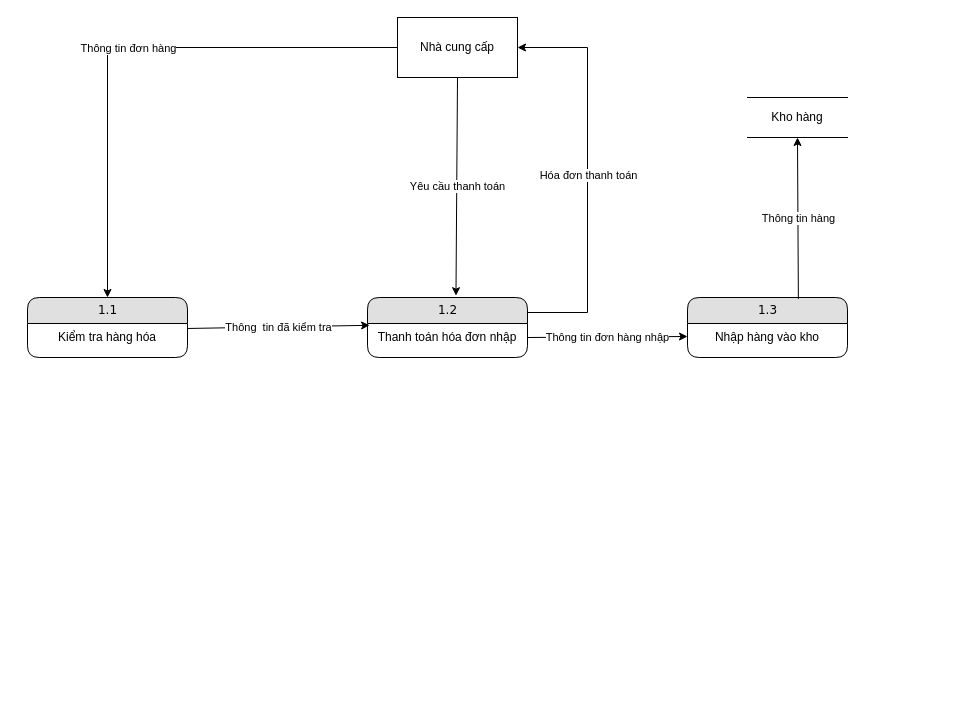
Before: Untitled Diagram.drawio in tinhxlee/Draw_Of_DAS, a draw.io diagram. Source tidied: cells renumbered, new cells numbered last; positions are measured from the earlier drawing's top-left corner, leaving out a move shared by most shapes. Both pictures are drawn from the tidied source at 100%, with x=0, y=0 at pixel (27, 17).
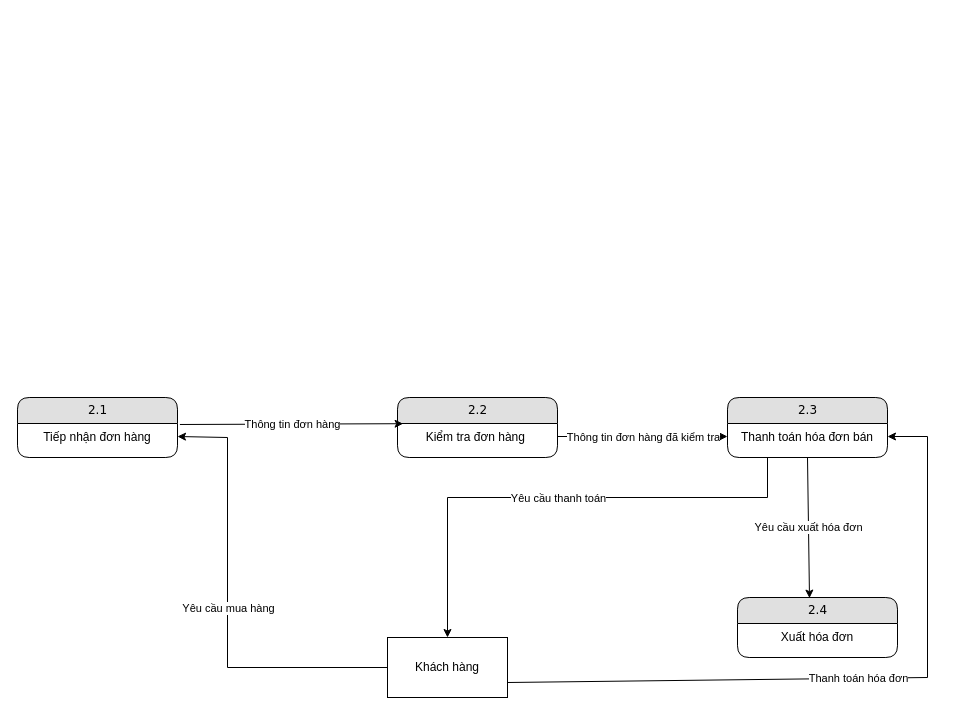
The same diagram, later.

Commit message:
Muc2BanHang

What changed in the source:
```diff
@@
-    <mxCell id="2" value="1.1" style="swimlane;html=1;fontStyle=0;horizontal=1;startSize=26;fillColor=#e0e0e0;swimlaneFillColor=#ffffff;align=center;rounded=1;shadow=0;comic=0;labelBackgroundColor=none;strokeWidth=1;fontFamily=Verdana;fontSize=12;" parent="1" vertex="1">
-      <mxGeometry y="280" width="160" height="60" as="geometry" />
-    </mxCell>
-    <mxCell id="3" value="Kiểm tra hàng hóa" style="text;html=1;strokeColor=none;fillColor=none;spacingLeft=4;spacingRight=4;whiteSpace=wrap;overflow=hidden;points=[[0,0.5],[1,0.5]];portConstraint=eastwest;align=center;" parent="2" vertex="1">
-      <mxGeometry y="26" width="160" height="26" as="geometry" />
-    </mxCell>
-    <mxCell id="4" value="1.2" style="swimlane;html=1;fontStyle=0;horizontal=1;startSize=26;fillColor=#e0e0e0;swimlaneFillColor=#ffffff;align=center;rounded=1;shadow=0;comic=0;labelBackgroundColor=none;strokeWidth=1;fontFamily=Verdana;fontSize=12;" parent="1" vertex="1">
-      <mxGeometry x="340" y="280" width="160" height="60" as="geometry" />
-    </mxCell>
-    <mxCell id="5" value="Thanh toán hóa đơn nhập" style="text;html=1;strokeColor=none;fillColor=none;spacingLeft=4;spacingRight=4;whiteSpace=wrap;overflow=hidden;points=[[0,0.5],[1,0.5]];portConstraint=eastwest;align=center;" parent="4" vertex="1">
-      <mxGeometry y="26" width="160" height="26" as="geometry" />
-    </mxCell>
-    <mxCell id="6" value="1.3" style="swimlane;html=1;fontStyle=0;horizontal=1;startSize=26;fillColor=#e0e0e0;swimlaneFillColor=#ffffff;align=center;rounded=1;shadow=0;comic=0;labelBackgroundColor=none;strokeWidth=1;fontFamily=Verdana;fontSize=12;" parent="1" vertex="1">
-      <mxGeometry x="660" y="280" width="160" height="60" as="geometry" />
-    </mxCell>
-    <mxCell id="7" value="Nhập hàng vào kho" style="text;html=1;strokeColor=none;fillColor=none;spacingLeft=4;spacingRight=4;whiteSpace=wrap;overflow=hidden;points=[[0,0.5],[1,0.5]];portConstraint=eastwest;align=center;" parent="6" vertex="1">
-      <mxGeometry y="26" width="160" height="26" as="geometry" />
-    </mxCell>
-    <mxCell id="8" value="Nhà cung cấp" style="rounded=0;whiteSpace=wrap;html=1;" parent="1" vertex="1">
-      <mxGeometry x="370" width="120" height="60" as="geometry" />
-    </mxCell>
-    <mxCell id="9" style="endArrow=classic;html=1;rounded=0;exitX=0;exitY=0.5;exitDx=0;exitDy=0;entryX=0.5;entryY=0;entryDx=0;entryDy=0;" parent="1" edge="1" source="8" target="2">
-      <mxGeometry relative="1" as="geometry">
-        <Array as="points">
-          <mxPoint x="80" y="30" />
-        </Array>
-      </mxGeometry>
-    </mxCell>
+    <mxCell id="22" value="2.1" style="swimlane;html=1;fontStyle=0;horizontal=1;startSize=26;fillColor=#e0e0e0;swimlaneFillColor=#ffffff;align=center;rounded=1;shadow=0;comic=0;labelBackgroundColor=none;strokeWidth=1;fontFamily=Verdana;fontSize=12;" parent="1" vertex="1">
+      <mxGeometry x="-10" y="380" width="160" height="60" as="geometry" />
+    </mxCell>
+    <mxCell id="23" value="Tiếp nhận đơn hàng" style="text;html=1;strokeColor=none;fillColor=none;spacingLeft=4;spacingRight=4;whiteSpace=wrap;overflow=hidden;points=[[0,0.5],[1,0.5]];portConstraint=eastwest;align=center;" parent="22" vertex="1">
+      <mxGeometry y="26" width="160" height="26" as="geometry" />
+    </mxCell>
+    <mxCell id="24" value="2.2" style="swimlane;html=1;fontStyle=0;horizontal=1;startSize=26;fillColor=#e0e0e0;swimlaneFillColor=#ffffff;align=center;rounded=1;shadow=0;comic=0;labelBackgroundColor=none;strokeWidth=1;fontFamily=Verdana;fontSize=12;" parent="1" vertex="1">
+      <mxGeometry x="370" y="380" width="160" height="60" as="geometry" />
+    </mxCell>
+    <mxCell id="25" value="Kiểm tra đơn hàng&amp;nbsp;" style="text;html=1;strokeColor=none;fillColor=none;spacingLeft=4;spacingRight=4;whiteSpace=wrap;overflow=hidden;points=[[0,0.5],[1,0.5]];portConstraint=eastwest;align=center;" parent="24" vertex="1">
+      <mxGeometry y="26" width="160" height="26" as="geometry" />
+    </mxCell>
+    <mxCell id="26" value="2.3" style="swimlane;html=1;fontStyle=0;horizontal=1;startSize=26;fillColor=#e0e0e0;swimlaneFillColor=#ffffff;align=center;rounded=1;shadow=0;comic=0;labelBackgroundColor=none;strokeWidth=1;fontFamily=Verdana;fontSize=12;" parent="1" vertex="1">
+      <mxGeometry x="700" y="380" width="160" height="60" as="geometry" />
+    </mxCell>
+    <mxCell id="27" value="Thanh toán hóa đơn bán" style="text;html=1;strokeColor=none;fillColor=none;spacingLeft=4;spacingRight=4;whiteSpace=wrap;overflow=hidden;points=[[0,0.5],[1,0.5]];portConstraint=eastwest;align=center;" parent="26" vertex="1">
+      <mxGeometry y="26" width="160" height="26" as="geometry" />
+    </mxCell>
+    <mxCell id="28" value="2.4" style="swimlane;html=1;fontStyle=0;horizontal=1;startSize=26;fillColor=#e0e0e0;swimlaneFillColor=#ffffff;align=center;rounded=1;shadow=0;comic=0;labelBackgroundColor=none;strokeWidth=1;fontFamily=Verdana;fontSize=12;" parent="1" vertex="1">
+      <mxGeometry x="710" y="580" width="160" height="60" as="geometry" />
+    </mxCell>
+    <mxCell id="29" value="Xuất hóa đơn" style="text;html=1;strokeColor=none;fillColor=none;spacingLeft=4;spacingRight=4;whiteSpace=wrap;overflow=hidden;align=center;" parent="28" vertex="1">
+      <mxGeometry y="26" width="160" height="26" as="geometry" />
+    </mxCell>
+    <mxCell id="30" value="Khách hàng" style="rounded=0;whiteSpace=wrap;html=1;" parent="1" vertex="1">
+      <mxGeometry x="360" y="620" width="120" height="60" as="geometry" />
+    </mxCell>
+    <mxCell id="31" style="endArrow=classic;html=1;rounded=0;exitX=0;exitY=0.5;exitDx=0;exitDy=0;entryX=1;entryY=0.5;entryDx=0;entryDy=0;" parent="1" edge="1" source="30" target="23">
+      <mxGeometry relative="1" as="geometry">
+        <Array as="points">
+          <mxPoint x="200" y="650" />
+          <mxPoint x="200" y="420" />
+        </Array>
+      </mxGeometry>
+    </mxCell>
+    <mxCell id="32" value="Yêu cầu mua hàng" style="edgeLabel;html=1;align=center;verticalAlign=middle;" parent="31" vertex="1">
+      <mxGeometry relative="1" as="geometry" />
+    </mxCell>
+    <mxCell id="33" style="endArrow=classic;html=1;rounded=0;exitX=1.015;exitY=0.038;exitDx=0;exitDy=0;exitPerimeter=0;entryX=0.035;entryY=0.008;entryDx=0;entryDy=0;entryPerimeter=0;" parent="1" edge="1" source="23" target="25">
+      <mxGeometry relative="1" as="geometry" />
+    </mxCell>
-    <mxCell id="10" value="Thông tin đơn hàng" style="edgeLabel;html=1;align=center;verticalAlign=middle;" parent="9" vertex="1">
+    <mxCell id="10" value="Thông tin đơn hàng" style="edgeLabel;html=1;align=center;verticalAlign=middle;" parent="33" vertex="1">
       <mxGeometry relative="1" as="geometry" />
     </mxCell>
-    <mxCell id="11" style="endArrow=classic;html=1;rounded=0;exitX=0.998;exitY=0.192;exitDx=0;exitDy=0;exitPerimeter=0;entryX=0.013;entryY=0.069;entryDx=0;entryDy=0;entryPerimeter=0;" parent="1" edge="1" source="3" target="5">
-      <mxGeometry relative="1" as="geometry" />
-    </mxCell>
-    <mxCell id="12" value="Thông&amp;nbsp; tin đã kiểm tra" style="edgeLabel;html=1;align=center;verticalAlign=middle;" parent="11" vertex="1">
-      <mxGeometry relative="1" as="geometry" />
-    </mxCell>
-    <mxCell id="13" style="endArrow=classic;html=1;rounded=0;exitX=0.5;exitY=1;exitDx=0;exitDy=0;entryX=0.553;entryY=-0.03;entryDx=0;entryDy=0;entryPerimeter=0;" parent="1" edge="1" source="8" target="4">
-      <mxGeometry relative="1" as="geometry" />
-    </mxCell>
+    <mxCell id="34" style="endArrow=classic;html=1;rounded=0;exitX=1;exitY=0.5;exitDx=0;exitDy=0;entryX=0;entryY=0.5;entryDx=0;entryDy=0;" parent="1" edge="1" source="25" target="27">
+      <mxGeometry relative="1" as="geometry" />
+    </mxCell>
+    <mxCell id="35" value="Thông tin đơn hàng đã kiểm tra" style="edgeLabel;html=1;align=center;verticalAlign=middle;" parent="34" vertex="1">
+      <mxGeometry relative="1" as="geometry" />
+    </mxCell>
+    <mxCell id="36" style="endArrow=classic;html=1;rounded=0;exitX=0.5;exitY=1;exitDx=0;exitDy=0;entryX=0.45;entryY=0.01;entryDx=0;entryDy=0;entryPerimeter=0;" parent="1" edge="1" source="26" target="28">
+      <mxGeometry relative="1" as="geometry" />
+    </mxCell>
+    <mxCell id="37" value="Yêu cầu xuất hóa đơn" style="edgeLabel;html=1;align=center;verticalAlign=middle;" parent="36" vertex="1">
+      <mxGeometry relative="1" as="geometry" />
+    </mxCell>
+    <mxCell id="38" style="endArrow=classic;html=1;rounded=0;exitX=0.25;exitY=1;exitDx=0;exitDy=0;entryX=0.5;entryY=0;entryDx=0;entryDy=0;" parent="1" edge="1" source="26" target="30">
+      <mxGeometry relative="1" as="geometry">
+        <Array as="points">
+          <mxPoint x="740" y="480" />
+          <mxPoint x="420" y="480" />
+        </Array>
+      </mxGeometry>
+    </mxCell>
-    <mxCell id="14" value="Yêu cầu thanh toán" style="edgeLabel;html=1;align=center;verticalAlign=middle;" parent="13" vertex="1">
+    <mxCell id="14" value="Yêu cầu thanh toán" style="edgeLabel;html=1;align=center;verticalAlign=middle;" parent="38" vertex="1">
       <mxGeometry relative="1" as="geometry" />
     </mxCell>
-    <mxCell id="15" style="endArrow=classic;html=1;rounded=0;exitX=1;exitY=0.25;exitDx=0;exitDy=0;entryX=1;entryY=0.5;entryDx=0;entryDy=0;" parent="1" edge="1" source="4" target="8">
-      <mxGeometry relative="1" as="geometry">
-        <Array as="points">
-          <mxPoint x="560" y="295" />
-          <mxPoint x="560" y="30" />
-        </Array>
-      </mxGeometry>
-    </mxCell>
-    <mxCell id="16" value="Hóa đơn thanh toán" style="edgeLabel;html=1;align=center;verticalAlign=middle;" parent="15" vertex="1">
-      <mxGeometry relative="1" as="geometry" />
-    </mxCell>
-    <mxCell id="17" style="endArrow=classic;html=1;rounded=0;entryX=0;entryY=0.5;entryDx=0;entryDy=0;" parent="1" edge="1" target="7">
-      <mxGeometry relative="1" as="geometry">
-        <mxPoint x="500" y="320" as="sourcePoint" />
-      </mxGeometry>
-    </mxCell>
-    <mxCell id="18" value="Thông tin đơn hàng nhập" style="edgeLabel;html=1;align=center;verticalAlign=middle;" parent="17" vertex="1">
-      <mxGeometry relative="1" as="geometry" />
-    </mxCell>
-    <mxCell id="19" value="Kho hàng" style="shape=partialRectangle;whiteSpace=wrap;html=1;left=0;right=0;fillColor=none;" parent="1" vertex="1">
-      <mxGeometry x="720" y="80" width="100" height="40" as="geometry" />
-    </mxCell>
-    <mxCell id="20" style="endArrow=classic;html=1;rounded=0;exitX=0.693;exitY=0.023;exitDx=0;exitDy=0;entryX=0.5;entryY=1;entryDx=0;entryDy=0;exitPerimeter=0;" parent="1" edge="1" source="6" target="19">
-      <mxGeometry relative="1" as="geometry" />
-    </mxCell>
-    <mxCell id="21" value="Thông tin hàng" style="edgeLabel;html=1;align=center;verticalAlign=middle;" parent="20" vertex="1">
-      <mxGeometry relative="1" as="geometry" />
-    </mxCell>
+    <mxCell id="39" style="endArrow=classic;html=1;rounded=0;entryX=1;entryY=0.5;entryDx=0;entryDy=0;exitX=1;exitY=0.75;exitDx=0;exitDy=0;" parent="1" edge="1" source="30" target="27">
+      <mxGeometry relative="1" as="geometry">
+        <Array as="points">
+          <mxPoint x="900" y="660" />
+          <mxPoint x="900" y="419" />
+        </Array>
+      </mxGeometry>
+    </mxCell>
+    <mxCell id="40" value="Thanh toán hóa đơn" style="edgeLabel;html=1;align=center;verticalAlign=middle;" parent="39" vertex="1">
+      <mxGeometry relative="1" as="geometry" />
+    </mxCell>
```
